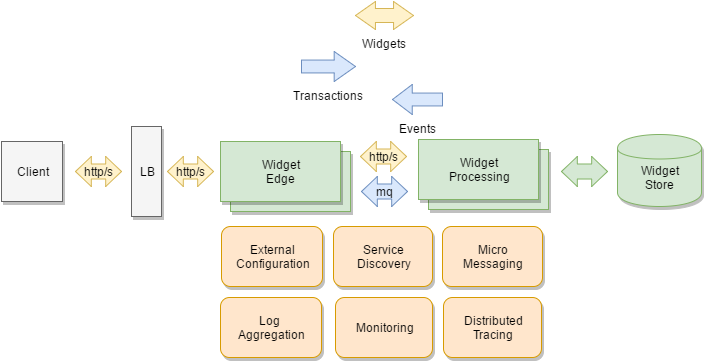
This is widgets-demo/widgets-demo.png from zuhlke/microservices, a draw.io export, as it was before one commit. Source tidied: cells renumbered, new cells last; positions are measured from the earlier drawing's top-left corner, leaving out a move shared by most shapes.
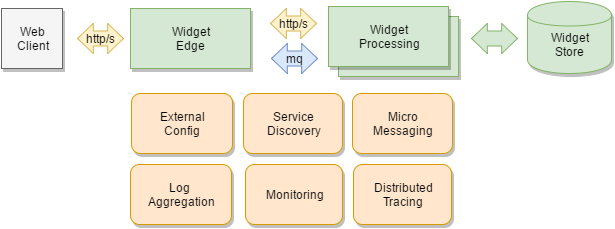
The same file after the commit.

The edit, as a diff of the source:
```diff
@@ -2,16 +2,13 @@
   <root>
     <mxCell id="0" />
     <mxCell id="1" parent="0" />
-    <mxCell id="2" style="whiteSpace=wrap;html=1;rounded=0;shadow=1;glass=0;strokeWidth=1;fontSize=12;align=center;fillColor=#d5e8d4;strokeColor=#82b366;" parent="1" vertex="1">
-      <mxGeometry x="229" y="150" width="120" height="60" as="geometry" />
-    </mxCell>
     <mxCell id="3" value="Widget&lt;div&gt;Edge&lt;/div&gt;" style="whiteSpace=wrap;html=1;rounded=0;shadow=1;glass=0;strokeWidth=1;fontSize=12;align=center;fillColor=#d5e8d4;strokeColor=#82b366;" parent="1" vertex="1">
       <mxGeometry x="219" y="140" width="120" height="60" as="geometry" />
     </mxCell>
     <mxCell id="4" value="Service&lt;div&gt;Discovery&lt;/div&gt;" style="whiteSpace=wrap;html=1;rounded=1;shadow=1;glass=0;strokeWidth=1;fontSize=12;align=center;fillColor=#ffe6cc;strokeColor=#d79b00;" parent="1" vertex="1">
       <mxGeometry x="332" y="225" width="99" height="60" as="geometry" />
     </mxCell>
-    <mxCell id="5" value="External&lt;div&gt;Configuration&lt;/div&gt;" style="whiteSpace=wrap;html=1;rounded=1;shadow=1;glass=0;strokeWidth=1;fontSize=12;align=center;fillColor=#ffe6cc;strokeColor=#d79b00;" parent="1" vertex="1">
+    <mxCell id="5" value="External&lt;div&gt;Config&lt;/div&gt;" style="whiteSpace=wrap;html=1;rounded=1;shadow=1;glass=0;strokeWidth=1;fontSize=12;align=center;fillColor=#ffe6cc;strokeColor=#d79b00;" parent="1" vertex="1">
       <mxGeometry x="220" y="225" width="101" height="60" as="geometry" />
     </mxCell>
     <mxCell id="6" style="whiteSpace=wrap;html=1;rounded=0;shadow=1;glass=0;strokeWidth=1;fontSize=12;align=center;plain-green;gradientColor=none;fillColor=#D5E8D4;" parent="1" vertex="1">
@@ -32,15 +29,9 @@
     <mxCell id="11" value="Log&amp;nbsp;&lt;div&gt;Aggregation&lt;/div&gt;" style="whiteSpace=wrap;html=1;rounded=1;shadow=1;glass=0;strokeWidth=1;fontSize=12;align=center;fillColor=#ffe6cc;strokeColor=#d79b00;" parent="1" vertex="1">
       <mxGeometry x="219" y="296" width="101" height="60" as="geometry" />
     </mxCell>
-    <mxCell id="12" value="LB" style="whiteSpace=wrap;html=1;rounded=0;shadow=1;glass=0;strokeColor=#666666;strokeWidth=1;fillColor=#f5f5f5;fontSize=12;align=center;" parent="1" vertex="1">
-      <mxGeometry x="130" y="125" width="30" height="90" as="geometry" />
-    </mxCell>
     <mxCell id="13" value="http/s" style="shape=mxgraph.arrows.two_way_arrow_horizontal;html=1;verticalLabelPosition=middle;verticalAlign=middle;strokeWidth=1;rounded=0;shadow=0;glass=0;fontSize=12;align=center;labelPosition=center;fillColor=#fff2cc;strokeColor=#d6b656;" parent="1" vertex="1">
       <mxGeometry x="166" y="155" width="46" height="30" as="geometry" />
     </mxCell>
-    <mxCell id="14" value="http/s" style="shape=mxgraph.arrows.two_way_arrow_horizontal;html=1;verticalLabelPosition=middle;verticalAlign=middle;strokeWidth=1;rounded=0;shadow=0;glass=0;fontSize=12;align=center;labelPosition=center;fillColor=#fff2cc;strokeColor=#d6b656;" parent="1" vertex="1">
-      <mxGeometry x="74" y="155" width="46" height="30" as="geometry" />
-    </mxCell>
     <mxCell id="15" value="http/s" style="shape=mxgraph.arrows.two_way_arrow_horizontal;html=1;verticalLabelPosition=middle;verticalAlign=middle;strokeWidth=1;rounded=0;shadow=0;glass=0;fontSize=12;align=center;labelPosition=center;fillColor=#fff2cc;strokeColor=#d6b656;" parent="1" vertex="1">
       <mxGeometry x="359" y="140" width="46" height="30" as="geometry" />
     </mxCell>
@@ -50,8 +41,8 @@
     <mxCell id="17" style="shape=mxgraph.arrows.two_way_arrow_horizontal;html=1;verticalLabelPosition=middle;verticalAlign=middle;strokeWidth=1;rounded=0;shadow=0;glass=0;fontSize=12;align=center;labelPosition=center;fillColor=#d5e8d4;strokeColor=#82b366;" parent="1" vertex="1">
       <mxGeometry x="560" y="155" width="46" height="30" as="geometry" />
     </mxCell>
-    <mxCell id="18" value="Client" style="whiteSpace=wrap;html=1;rounded=0;shadow=1;glass=0;strokeWidth=1;fontSize=12;align=center;plain-gray;gradientColor=none;" parent="1" vertex="1">
-      <mxGeometry y="140" width="61" height="60" as="geometry" />
+    <mxCell id="18" value="Web&lt;div&gt;Client&lt;/div&gt;" style="whiteSpace=wrap;html=1;rounded=0;shadow=1;glass=0;strokeWidth=1;fontSize=12;align=center;plain-gray;gradientColor=none;" parent="1" vertex="1">
+      <mxGeometry x="90" y="140" width="61" height="60" as="geometry" />
     </mxCell>
     <mxCell id="19" value="mq" style="shape=mxgraph.arrows.two_way_arrow_horizontal;html=1;verticalLabelPosition=middle;verticalAlign=middle;strokeWidth=1;rounded=0;shadow=0;glass=0;fontSize=12;align=center;labelPosition=center;fillColor=#dae8fc;strokeColor=#6c8ebf;" parent="1" vertex="1">
       <mxGeometry x="360" y="175" width="46" height="30" as="geometry" />
@@ -59,14 +50,5 @@
     <mxCell id="20" style="edgeStyle=none;rounded=0;html=1;exitX=0.75;exitY=1;dashed=1;dashPattern=1 4;endArrow=none;endFill=0;jettySize=auto;orthogonalLoop=1;fontSize=12;fillColor=#ffe6cc;strokeColor=#d79b00;" parent="1" edge="1" source="9" target="9">
       <mxGeometry relative="1" as="geometry" />
     </mxCell>
-    <mxCell id="21" value="&lt;div style=&quot;text-align: left&quot;&gt;&lt;span style=&quot;line-height: 1.2&quot;&gt;Widgets&lt;/span&gt;&lt;/div&gt;" style="shape=mxgraph.arrows.two_way_arrow_horizontal;html=1;verticalLabelPosition=bottom;verticalAlign=top;strokeWidth=1;strokeColor=#d6b656;rounded=1;shadow=0;glass=1;fillColor=#fff2cc;fontSize=12;align=center;" parent="1" vertex="1">
-      <mxGeometry x="354" width="58" height="28" as="geometry" />
-    </mxCell>
-    <mxCell id="22" value="Transactions" style="shape=mxgraph.arrows.arrow_right;html=1;verticalLabelPosition=bottom;verticalAlign=top;strokeWidth=1;strokeColor=#6c8ebf;rounded=1;shadow=0;glass=1;fillColor=#dae8fc;fontSize=12;align=center;" parent="1" vertex="1">
-      <mxGeometry x="300" y="50" width="54" height="30" as="geometry" />
-    </mxCell>
-    <mxCell id="23" value="Events" style="shape=mxgraph.arrows.arrow_left;html=1;verticalLabelPosition=bottom;verticalAlign=top;strokeWidth=1;strokeColor=#6c8ebf;rounded=1;shadow=0;glass=1;fillColor=#dae8fc;fontSize=12;align=center;" parent="1" vertex="1">
-      <mxGeometry x="391" y="83" width="50" height="30" as="geometry" />
-    </mxCell>
   </root>
 </mxGraphModel>
```
